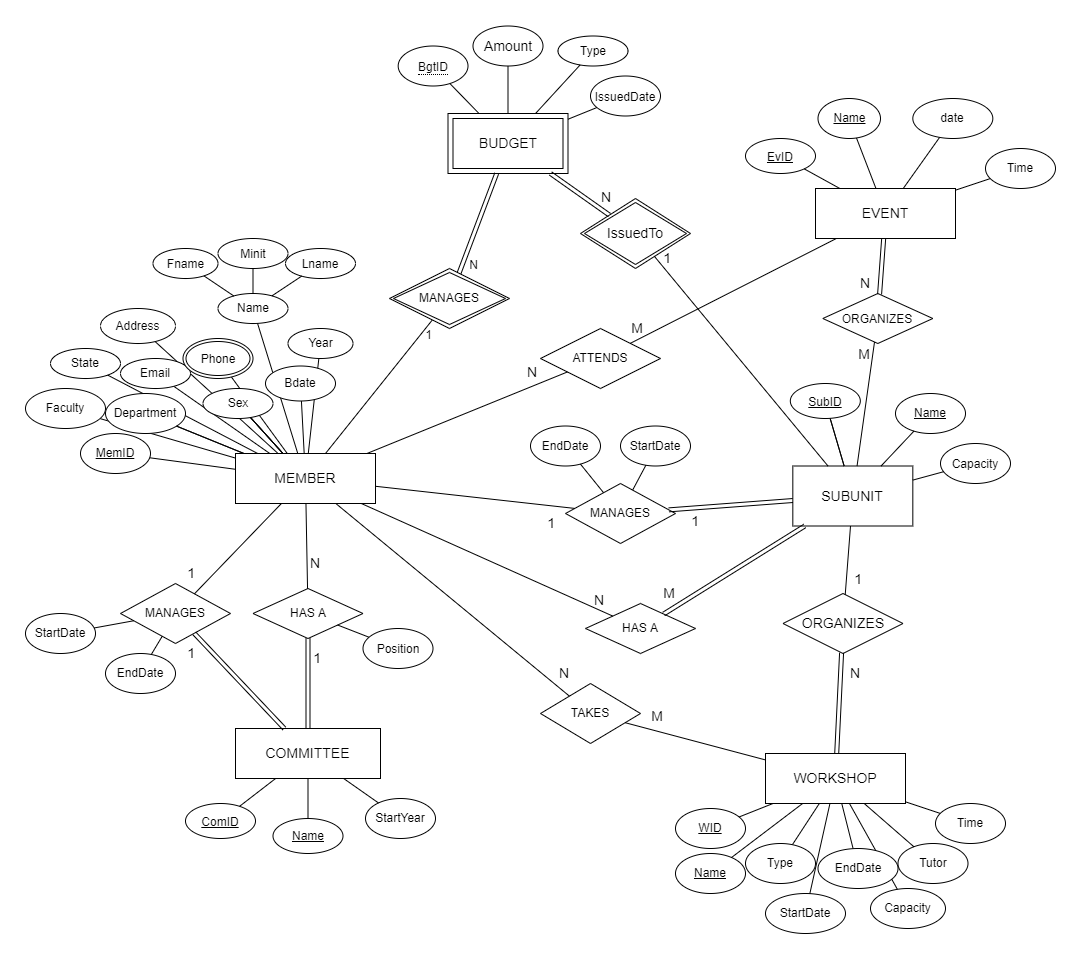
RadwanH/University-Club-Membership keeps this draw.io diagram as Diagrams/ER-Diagram.drawio.png. Above is the earlier version. Source tidied: cells renumbered, new cells last; positions are measured from the earlier drawing's top-left corner, leaving out a move shared by most shapes.
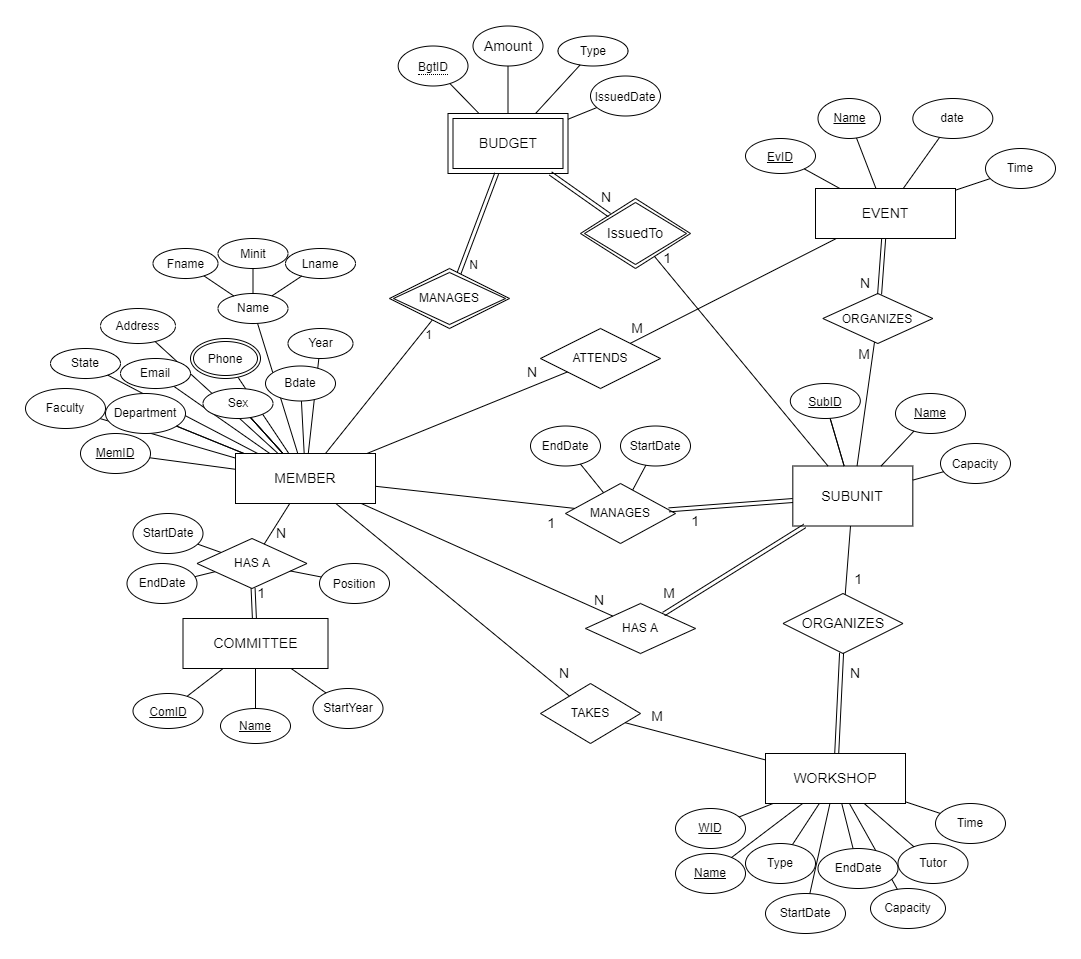
After the commit.

Diff of the diagram source:
```diff
@@ -29,7 +29,7 @@
       <mxGeometry x="792.5" y="73" width="62.5" height="40" as="geometry" />
     </mxCell>
     <mxCell id="10" value="&lt;u&gt;Name&lt;/u&gt;" style="ellipse;whiteSpace=wrap;html=1;" parent="1" vertex="1">
-      <mxGeometry x="247.5" y="793" width="70" height="35" as="geometry" />
+      <mxGeometry x="195" y="683" width="70" height="35" as="geometry" />
     </mxCell>
     <mxCell id="11" value="&lt;u&gt;Name&lt;/u&gt;" style="ellipse;whiteSpace=wrap;html=1;" parent="1" vertex="1">
       <mxGeometry x="870" y="368" width="70" height="40" as="geometry" />
@@ -104,13 +104,13 @@
       <mxGeometry relative="1" as="geometry" />
     </mxCell>
     <mxCell id="35" value="&lt;font style=&quot;font-size: 14px&quot;&gt;COMMITTEE&lt;/font&gt;" style="whiteSpace=wrap;html=1;align=center;fontSize=12;" parent="1" vertex="1">
-      <mxGeometry x="210" y="703" width="145" height="50" as="geometry" />
+      <mxGeometry x="157.5" y="593" width="145" height="50" as="geometry" />
     </mxCell>
     <mxCell id="36" value="&lt;font style=&quot;font-size: 12px&quot;&gt;&lt;u&gt;ComID&lt;/u&gt;&lt;/font&gt;" style="ellipse;whiteSpace=wrap;html=1;align=center;fontSize=14;" parent="1" vertex="1">
-      <mxGeometry x="160" y="778" width="70" height="35" as="geometry" />
+      <mxGeometry x="107.5" y="668" width="70" height="35" as="geometry" />
     </mxCell>
     <mxCell id="37" value="StartYear" style="ellipse;whiteSpace=wrap;html=1;align=center;fontSize=12;" parent="1" vertex="1">
-      <mxGeometry x="340" y="773" width="70" height="40" as="geometry" />
+      <mxGeometry x="287.5" y="663" width="70" height="40" as="geometry" />
     </mxCell>
     <mxCell id="38" style="endArrow=none;html=1;rounded=0;fontSize=12;" parent="1" edge="1" source="35" target="36">
       <mxGeometry relative="1" as="geometry" />
@@ -178,34 +178,15 @@
     <mxCell id="59" value="Email" style="ellipse;whiteSpace=wrap;html=1;" parent="1" vertex="1">
       <mxGeometry x="95" y="333" width="70" height="30" as="geometry" />
     </mxCell>
-    <mxCell id="60" value="MANAGES" style="shape=rhombus;perimeter=rhombusPerimeter;whiteSpace=wrap;html=1;align=center;fontSize=12;" parent="1" vertex="1">
-      <mxGeometry x="95" y="558" width="110" height="60" as="geometry" />
-    </mxCell>
-    <mxCell id="61" style="endArrow=none;html=1;rounded=0;fontSize=12;" parent="1" edge="1" source="4" target="60">
-      <mxGeometry relative="1" as="geometry" />
-    </mxCell>
-    <mxCell id="62" value="&lt;font style=&quot;font-size: 14px&quot;&gt;1&lt;/font&gt;" style="html=1;align=right;verticalAlign=bottom;fontSize=12;" parent="61" vertex="1">
-      <mxGeometry x="1" relative="1" as="geometry">
-        <mxPoint x="1" y="-10" as="offset" />
-      </mxGeometry>
-    </mxCell>
-    <mxCell id="63" style="shape=link;html=1;rounded=0;fontSize=12;" parent="1" edge="1" source="35" target="60">
-      <mxGeometry relative="1" as="geometry" />
-    </mxCell>
-    <mxCell id="64" value="&lt;font style=&quot;font-size: 14px&quot;&gt;1&lt;/font&gt;" style="html=1;align=right;verticalAlign=bottom;fontSize=12;" parent="63" vertex="1">
-      <mxGeometry x="1" relative="1" as="geometry">
-        <mxPoint x="1" y="30" as="offset" />
-      </mxGeometry>
-    </mxCell>
     <mxCell id="65" value="HAS A" style="shape=rhombus;perimeter=rhombusPerimeter;whiteSpace=wrap;html=1;align=center;fontSize=12;" parent="1" vertex="1">
-      <mxGeometry x="227.5" y="563" width="110" height="50" as="geometry" />
+      <mxGeometry x="171.5" y="513" width="110" height="50" as="geometry" />
     </mxCell>
     <mxCell id="66" style="shape=link;html=1;rounded=0;fontSize=12;" parent="1" edge="1" source="35" target="65">
       <mxGeometry relative="1" as="geometry" />
     </mxCell>
     <mxCell id="67" value="&lt;font style=&quot;font-size: 14px&quot;&gt;1&lt;/font&gt;" style="html=1;align=right;verticalAlign=bottom;fontSize=12;" parent="66" vertex="1">
       <mxGeometry x="1" relative="1" as="geometry">
-        <mxPoint x="13" y="30" as="offset" />
+        <mxPoint x="12" y="16" as="offset" />
       </mxGeometry>
     </mxCell>
     <mxCell id="68" style="endArrow=none;html=1;rounded=0;fontSize=12;" parent="1" edge="1" source="4" target="65">
@@ -213,7 +194,7 @@
     </mxCell>
     <mxCell id="69" value="&lt;font style=&quot;font-size: 14px&quot;&gt;N&lt;/font&gt;" style="html=1;align=right;verticalAlign=bottom;fontSize=12;" parent="68" vertex="1">
       <mxGeometry x="1" relative="1" as="geometry">
-        <mxPoint x="13" y="-15" as="offset" />
+        <mxPoint x="22" y="-1" as="offset" />
       </mxGeometry>
     </mxCell>
     <mxCell id="70" value="TAKES" style="shape=rhombus;perimeter=rhombusPerimeter;whiteSpace=wrap;html=1;align=center;fontSize=12;" parent="1" vertex="1">
@@ -269,7 +250,7 @@
       <mxGeometry x="560" y="578" width="110" height="50" as="geometry" />
     </mxCell>
     <mxCell id="84" value="&lt;font style=&quot;font-size: 12px&quot;&gt;Phone&lt;/font&gt;" style="ellipse;shape=doubleEllipse;margin=3;whiteSpace=wrap;html=1;align=center;fontSize=14;" parent="1" vertex="1">
-      <mxGeometry x="157.5" y="313" width="70" height="40" as="geometry" />
+      <mxGeometry x="165" y="313" width="70" height="40" as="geometry" />
     </mxCell>
     <mxCell id="85" value="ATTENDS" style="shape=rhombus;perimeter=rhombusPerimeter;whiteSpace=wrap;html=1;align=center;fontSize=12;" parent="1" vertex="1">
       <mxGeometry x="515" y="303" width="120" height="60" as="geometry" />
@@ -352,7 +333,7 @@
       </mxGeometry>
     </mxCell>
     <mxCell id="107" value="&lt;font style=&quot;font-size: 12px&quot;&gt;Position&lt;/font&gt;" style="ellipse;whiteSpace=wrap;html=1;align=center;fontSize=14;" parent="1" vertex="1">
-      <mxGeometry x="337.5" y="603" width="70" height="40" as="geometry" />
+      <mxGeometry x="294" y="538" width="70" height="40" as="geometry" />
     </mxCell>
     <mxCell id="108" style="endArrow=none;html=1;rounded=0;fontSize=12;" parent="1" edge="1" source="65" target="107">
       <mxGeometry relative="1" as="geometry" />
@@ -412,18 +393,6 @@
     <mxCell id="125" style="endArrow=none;html=1;rounded=0;fontSize=12;" parent="1" edge="1" source="109" target="124">
       <mxGeometry relative="1" as="geometry" />
     </mxCell>
-    <mxCell id="126" value="StartDate" style="ellipse;whiteSpace=wrap;html=1;align=center;fontSize=12;" parent="1" vertex="1">
-      <mxGeometry y="588" width="70" height="40" as="geometry" />
-    </mxCell>
-    <mxCell id="127" value="EndDate" style="ellipse;whiteSpace=wrap;html=1;align=center;fontSize=12;" parent="1" vertex="1">
-      <mxGeometry x="80" y="628" width="70" height="40" as="geometry" />
-    </mxCell>
-    <mxCell id="128" style="endArrow=none;html=1;rounded=0;fontSize=12;" parent="1" edge="1" source="127" target="60">
-      <mxGeometry relative="1" as="geometry" />
-    </mxCell>
-    <mxCell id="129" style="endArrow=none;html=1;rounded=0;fontSize=12;" parent="1" edge="1" source="126" target="60">
-      <mxGeometry relative="1" as="geometry" />
-    </mxCell>
     <mxCell id="130" value="StartDate" style="ellipse;whiteSpace=wrap;html=1;align=center;fontSize=12;" parent="1" vertex="1">
       <mxGeometry x="595" y="400.5" width="70" height="40" as="geometry" />
     </mxCell>
@@ -468,5 +437,17 @@
     <mxCell id="143" value="MANAGES" style="shape=rhombus;double=1;perimeter=rhombusPerimeter;whiteSpace=wrap;html=1;align=center;fontSize=12;" parent="1" vertex="1">
       <mxGeometry x="364" y="243" width="120" height="60" as="geometry" />
     </mxCell>
+    <mxCell id="144" style="endArrow=none;html=1;rounded=0;fontSize=12;" parent="1" edge="1" source="127" target="65">
+      <mxGeometry relative="1" as="geometry" />
+    </mxCell>
+    <mxCell id="127" value="EndDate" style="ellipse;whiteSpace=wrap;html=1;align=center;fontSize=12;" parent="1" vertex="1">
+      <mxGeometry x="101.5" y="538" width="70" height="40" as="geometry" />
+    </mxCell>
+    <mxCell id="145" style="endArrow=none;html=1;rounded=0;fontSize=12;" parent="1" edge="1" source="126" target="65">
+      <mxGeometry relative="1" as="geometry" />
+    </mxCell>
+    <mxCell id="126" value="StartDate" style="ellipse;whiteSpace=wrap;html=1;align=center;fontSize=12;" parent="1" vertex="1">
+      <mxGeometry x="107.5" y="488" width="70" height="40" as="geometry" />
+    </mxCell>
   </root>
 </mxGraphModel>
```
